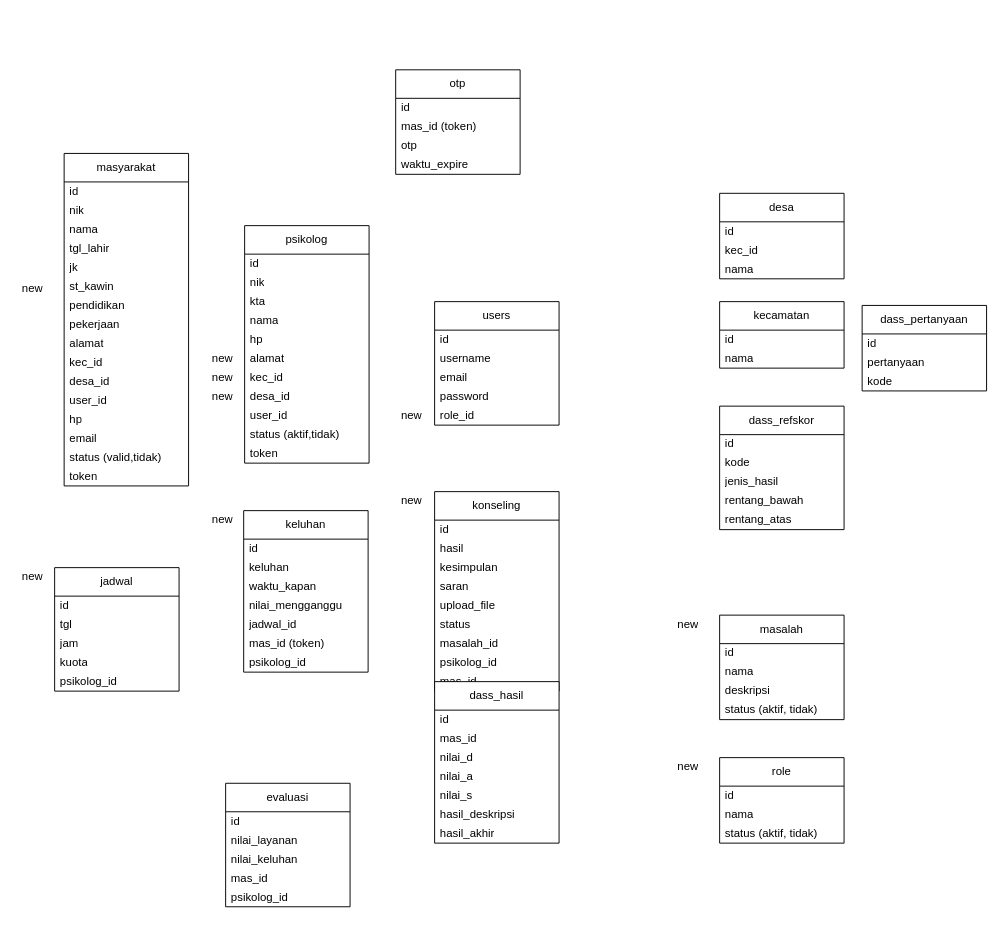
Above: env_designs/erd_dmb.drawio in zeneight/drawio (draw.io), before the change. Source tidied: cells renumbered, new cells numbered last; positions are measured from the earlier drawing's top-left corner, leaving out a move shared by most shapes. Both pictures are drawn from the tidied source at 95%, with x=0, y=0 at pixel (16, 69).
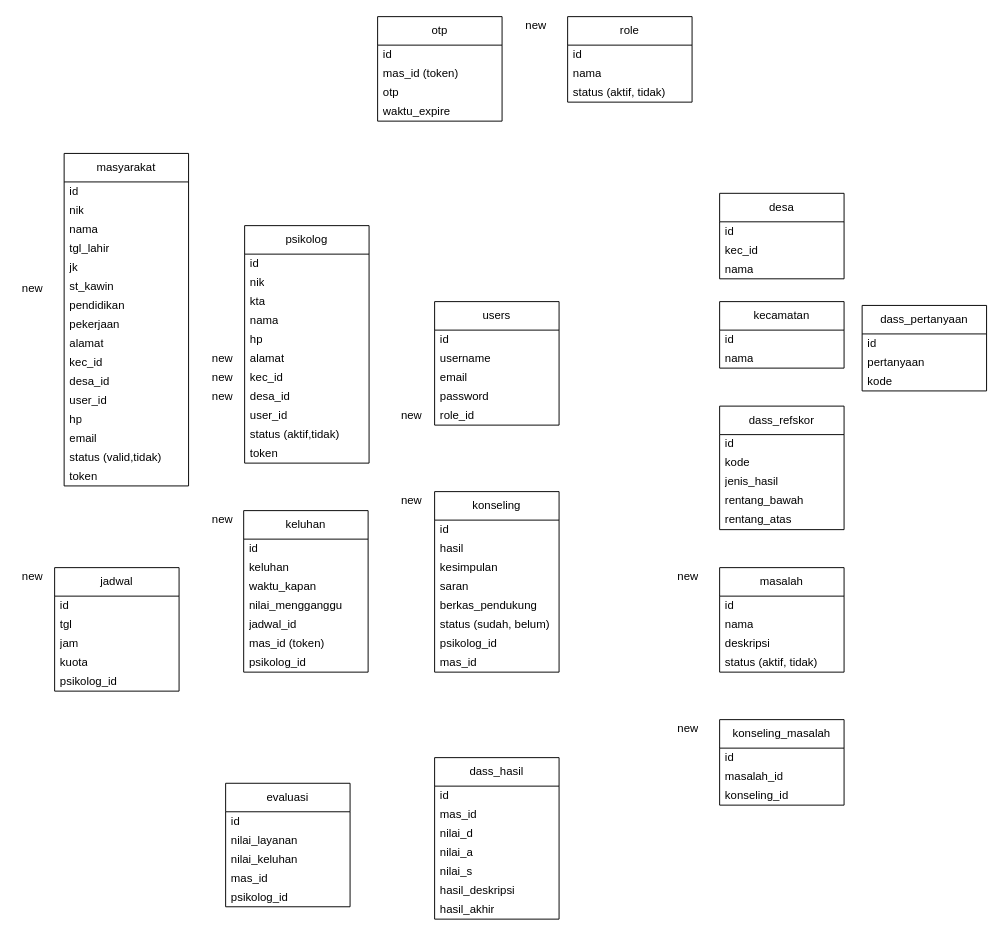
After the change.

Change to the diagram source:
```diff
@@
     <mxCell id="51" value="konseling" style="swimlane;fontStyle=0;horizontal=1;startSize=30;whiteSpace=wrap;html=1;" parent="1" vertex="1">
-      <mxGeometry x="440" y="444" width="131" height="210" as="geometry" />
+      <mxGeometry x="440" y="444" width="131" height="190" as="geometry" />
     </mxCell>
@@
-    <mxCell id="56" value="upload_file" style="text;strokeColor=none;fillColor=none;align=left;verticalAlign=middle;spacingLeft=4;spacingRight=4;overflow=hidden;whiteSpace=wrap;html=1;" parent="51" vertex="1">
+    <mxCell id="56" value="berkas_pendukung" style="text;strokeColor=none;fillColor=none;align=left;verticalAlign=middle;spacingLeft=4;spacingRight=4;overflow=hidden;whiteSpace=wrap;html=1;" parent="51" vertex="1">
       <mxGeometry y="110" width="131" height="20" as="geometry" />
     </mxCell>
-    <mxCell id="57" value="status" style="text;strokeColor=none;fillColor=none;align=left;verticalAlign=middle;spacingLeft=4;spacingRight=4;overflow=hidden;whiteSpace=wrap;html=1;" parent="51" vertex="1">
+    <mxCell id="57" value="status (sudah, belum)" style="text;strokeColor=none;fillColor=none;align=left;verticalAlign=middle;spacingLeft=4;spacingRight=4;overflow=hidden;whiteSpace=wrap;html=1;" parent="51" vertex="1">
       <mxGeometry y="130" width="131" height="20" as="geometry" />
     </mxCell>
-    <mxCell id="58" value="masalah_id" style="text;strokeColor=none;fillColor=none;align=left;verticalAlign=middle;spacingLeft=4;spacingRight=4;overflow=hidden;whiteSpace=wrap;html=1;" parent="51" vertex="1">
-      <mxGeometry y="150" width="131" height="20" as="geometry" />
-    </mxCell>
     <mxCell id="59" value="psikolog_id" style="text;strokeColor=none;fillColor=none;align=left;verticalAlign=middle;spacingLeft=4;spacingRight=4;overflow=hidden;whiteSpace=wrap;html=1;" parent="51" vertex="1">
-      <mxGeometry y="170" width="131" height="20" as="geometry" />
+      <mxGeometry y="150" width="131" height="20" as="geometry" />
     </mxCell>
     <mxCell id="60" value="mas_id" style="text;strokeColor=none;fillColor=none;align=left;verticalAlign=middle;spacingLeft=4;spacingRight=4;overflow=hidden;whiteSpace=wrap;html=1;" parent="51" vertex="1">
-      <mxGeometry y="190" width="131" height="20" as="geometry" />
+      <mxGeometry y="170" width="131" height="20" as="geometry" />
     </mxCell>
@@
     <mxCell id="71" value="dass_hasil" style="swimlane;fontStyle=0;horizontal=1;startSize=30;whiteSpace=wrap;html=1;" parent="1" vertex="1">
-      <mxGeometry x="440" y="644" width="131" height="170" as="geometry" />
+      <mxGeometry x="440" y="724" width="131" height="170" as="geometry" />
     </mxCell>
@@
     <mxCell id="92" value="otp" style="swimlane;fontStyle=0;horizontal=1;startSize=30;whiteSpace=wrap;html=1;" parent="1" vertex="1">
-      <mxGeometry x="399" width="131" height="110" as="geometry" />
+      <mxGeometry x="380" y="-56" width="131" height="110" as="geometry" />
     </mxCell>
@@
     <mxCell id="101" value="role" style="swimlane;fontStyle=0;horizontal=1;startSize=30;whiteSpace=wrap;html=1;" parent="1" vertex="1">
-      <mxGeometry x="740" y="724" width="131" height="90" as="geometry" />
+      <mxGeometry x="580" y="-56" width="131" height="90" as="geometry" />
     </mxCell>
@@
     <mxCell id="105" value="new" style="text;strokeColor=none;fillColor=none;align=left;verticalAlign=middle;spacingLeft=4;spacingRight=4;overflow=hidden;whiteSpace=wrap;html=1;" parent="1" vertex="1">
-      <mxGeometry x="690" y="724" width="50" height="20" as="geometry" />
+      <mxGeometry x="690" y="684" width="50" height="20" as="geometry" />
     </mxCell>
@@
     <mxCell id="110" value="masalah" style="swimlane;fontStyle=0;horizontal=1;startSize=30;whiteSpace=wrap;html=1;" parent="1" vertex="1">
-      <mxGeometry x="740" y="574" width="131" height="110" as="geometry" />
+      <mxGeometry x="740" y="524" width="131" height="110" as="geometry" />
     </mxCell>
@@
     <mxCell id="115" value="new" style="text;strokeColor=none;fillColor=none;align=left;verticalAlign=middle;spacingLeft=4;spacingRight=4;overflow=hidden;whiteSpace=wrap;html=1;" parent="1" vertex="1">
-      <mxGeometry x="690" y="574" width="50" height="20" as="geometry" />
+      <mxGeometry x="690" y="524" width="50" height="20" as="geometry" />
     </mxCell>
+    <mxCell id="116" value="konseling_masalah" style="swimlane;fontStyle=0;horizontal=1;startSize=30;whiteSpace=wrap;html=1;" parent="1" vertex="1">
+      <mxGeometry x="740" y="684" width="131" height="90" as="geometry" />
+    </mxCell>
+    <mxCell id="117" value="id" style="text;strokeColor=none;fillColor=none;align=left;verticalAlign=middle;spacingLeft=4;spacingRight=4;overflow=hidden;whiteSpace=wrap;html=1;" parent="116" vertex="1">
+      <mxGeometry y="30" width="131" height="20" as="geometry" />
+    </mxCell>
+    <mxCell id="58" value="masalah_id" style="text;strokeColor=none;fillColor=none;align=left;verticalAlign=middle;spacingLeft=4;spacingRight=4;overflow=hidden;whiteSpace=wrap;html=1;" parent="116" vertex="1">
+      <mxGeometry y="50" width="131" height="20" as="geometry" />
+    </mxCell>
+    <mxCell id="118" value="konseling_id" style="text;strokeColor=none;fillColor=none;align=left;verticalAlign=middle;spacingLeft=4;spacingRight=4;overflow=hidden;whiteSpace=wrap;html=1;" parent="116" vertex="1">
+      <mxGeometry y="70" width="131" height="20" as="geometry" />
+    </mxCell>
+    <mxCell id="119" value="new" style="text;strokeColor=none;fillColor=none;align=left;verticalAlign=middle;spacingLeft=4;spacingRight=4;overflow=hidden;whiteSpace=wrap;html=1;" parent="1" vertex="1">
+      <mxGeometry x="530" y="-56" width="50" height="20" as="geometry" />
+    </mxCell>
```
